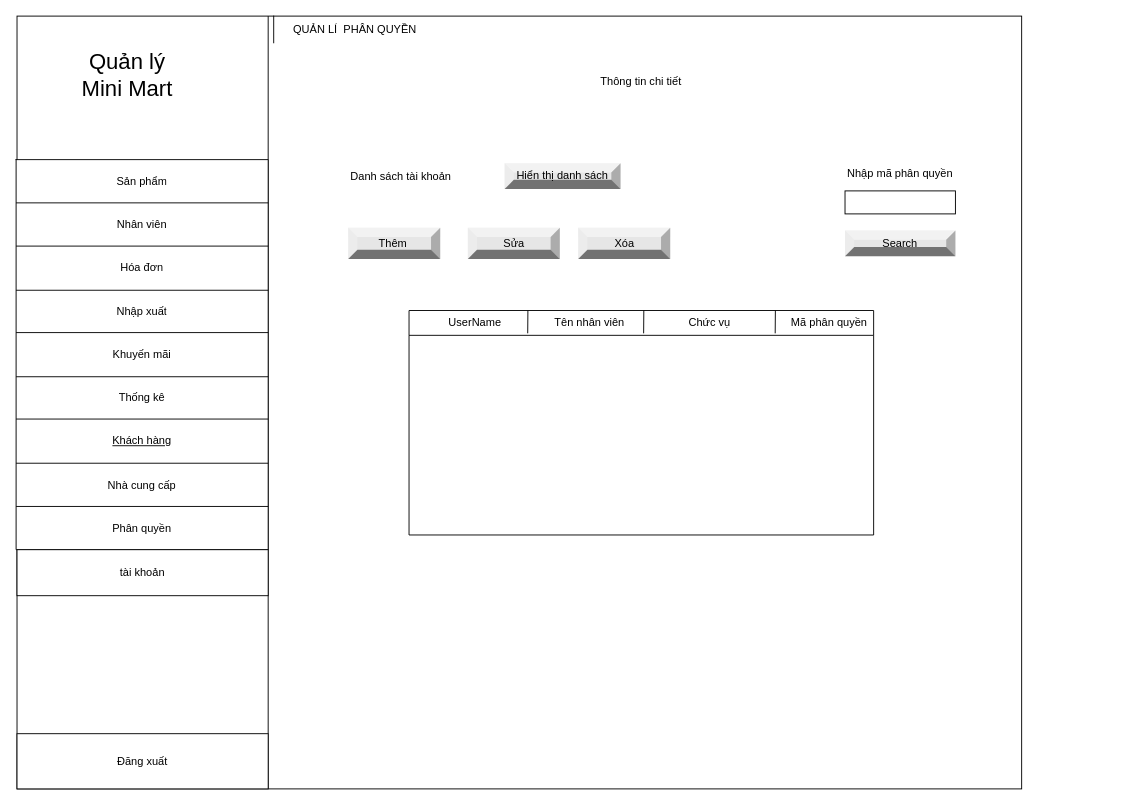
The draw.io diagram Login_TaiKhoan_QuanLiPhanQuyen/QuanLiPhanQuyen/mockup/Untitled Diagram.drawio in VoHoangDai/CNPM, before the edit. Source tidied: cells renumbered, new cells numbered last; positions are measured from the earlier drawing's top-left corner, leaving out a move shared by most shapes. Both pictures are drawn from the tidied source at 92%, with x=0, y=0 at pixel (16, 16).
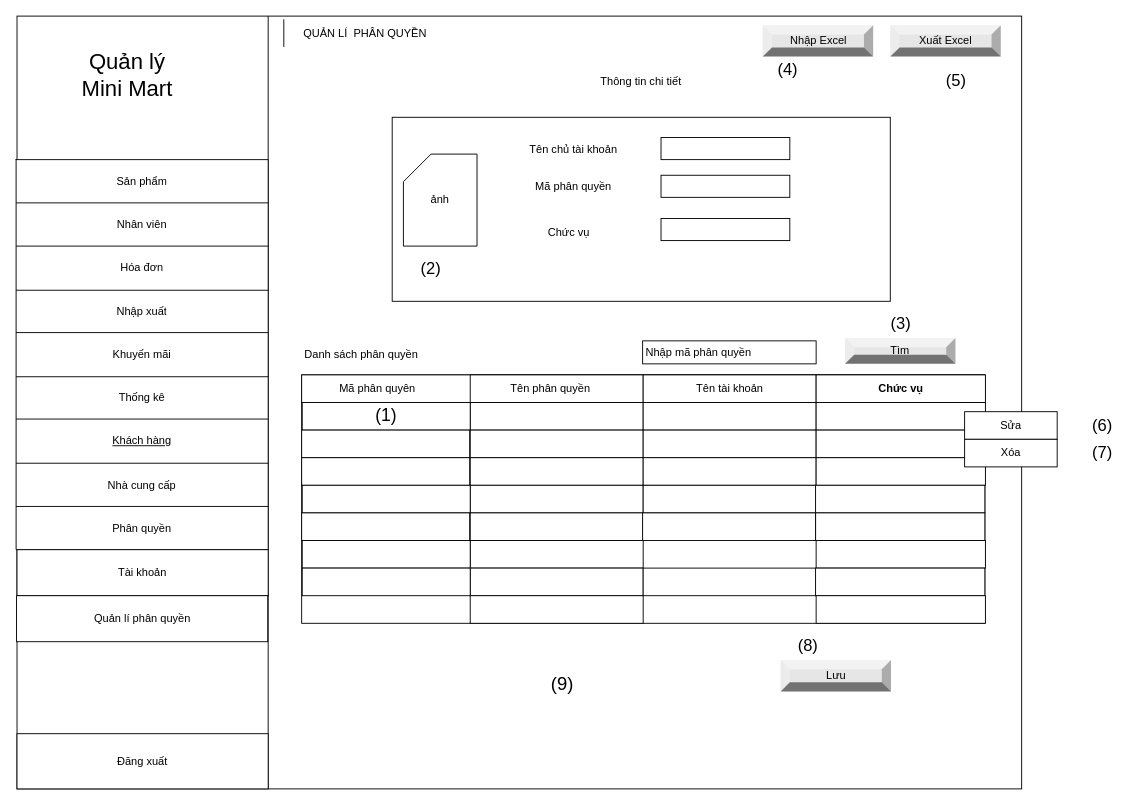
The same page after the edit.

The edit, as a diff of the source:
```diff
@@
     <mxCell id="5" value="QUẢN LÍ&amp;nbsp; PHÂN QUYỀN" style="shape=partialRectangle;whiteSpace=wrap;html=1;right=0;top=0;bottom=0;fillColor=none;routingCenterX=-0.5;fontSize=12;" parent="1" vertex="1">
-      <mxGeometry x="280" width="177" height="29" as="geometry" />
+      <mxGeometry x="291" y="4" width="177" height="29" as="geometry" />
     </mxCell>
-    <mxCell id="6" value="Danh sách tài khoản" style="text;html=1;strokeColor=none;fillColor=none;align=center;verticalAlign=middle;whiteSpace=wrap;rounded=0;shadow=0;glass=0;sketch=0;fontSize=12;" parent="1" vertex="1">
-      <mxGeometry x="346" y="160" width="145" height="30" as="geometry" />
+    <mxCell id="6" value="Danh sách phân quyền" style="text;html=1;strokeColor=none;fillColor=none;align=center;verticalAlign=middle;whiteSpace=wrap;rounded=0;shadow=0;glass=0;sketch=0;fontSize=12;" parent="1" vertex="1">
+      <mxGeometry x="303" y="353" width="145" height="30" as="geometry" />
     </mxCell>
-    <mxCell id="7" value="Hiển thị danh sách" style="labelPosition=center;verticalLabelPosition=middle;align=center;html=1;shape=mxgraph.basic.shaded_button;dx=10;fillColor=#E6E6E6;strokeColor=none;whiteSpace=wrap;rounded=0;shadow=0;glass=0;sketch=0;fontSize=12;" parent="1" vertex="1">
-      <mxGeometry x="531" y="160" width="126" height="28" as="geometry" />
-    </mxCell>
     <mxCell id="8" style="rounded=0;whiteSpace=wrap;html=1;shadow=0;glass=0;sketch=0;fontSize=12;gradientColor=none;gradientDirection=north;" parent="1" vertex="1">
-      <mxGeometry x="901" y="190" width="120" height="25" as="geometry" />
+      <mxGeometry x="681" y="353" width="188.6" height="25" as="geometry" />
     </mxCell>
@@
-    <mxCell id="10" value="Search" style="labelPosition=center;verticalLabelPosition=middle;align=center;html=1;shape=mxgraph.basic.shaded_button;dx=10;fillColor=#E6E6E6;strokeColor=none;whiteSpace=wrap;rounded=0;shadow=0;glass=0;sketch=0;fontSize=12;" parent="1" vertex="1">
-      <mxGeometry x="901" y="233" width="120" height="28" as="geometry" />
+    <mxCell id="10" value="Tìm" style="labelPosition=center;verticalLabelPosition=middle;align=center;html=1;shape=mxgraph.basic.shaded_button;dx=10;fillColor=#E6E6E6;strokeColor=none;whiteSpace=wrap;rounded=0;shadow=0;glass=0;sketch=0;fontSize=12;" parent="1" vertex="1">
+      <mxGeometry x="901" y="350" width="120" height="28" as="geometry" />
     </mxCell>
@@
-    <mxCell id="31" value="tài khoản" style="rounded=0;whiteSpace=wrap;html=1;shadow=0;glass=0;sketch=0;fontSize=12;gradientColor=none;gradientDirection=north;" parent="1" vertex="1">
+    <mxCell id="31" value="Tài khoản" style="rounded=0;whiteSpace=wrap;html=1;shadow=0;glass=0;sketch=0;fontSize=12;gradientColor=none;gradientDirection=north;" parent="1" vertex="1">
       <mxGeometry x="1" y="580" width="273" height="50" as="geometry" />
     </mxCell>
+    <mxCell id="33" value="Nhập mã phân quyền" style="text;html=1;strokeColor=none;fillColor=none;align=center;verticalAlign=middle;whiteSpace=wrap;rounded=0;" parent="1" vertex="1">
+      <mxGeometry x="681.6" y="350.5" width="120" height="30" as="geometry" />
+    </mxCell>
+    <mxCell id="44" value="Quản lí phân quyền" style="rounded=0;whiteSpace=wrap;html=1;shadow=0;glass=0;sketch=0;fontSize=12;gradientColor=none;gradientDirection=north;" parent="1" vertex="1">
+      <mxGeometry x="0.5" y="630" width="273" height="50" as="geometry" />
+    </mxCell>
+    <mxCell id="45" style="rounded=0;whiteSpace=wrap;html=1;" parent="1" vertex="1">
+      <mxGeometry x="310.4" y="390" width="742.6" height="270" as="geometry" />
+    </mxCell>
+    <mxCell id="46" style="rounded=0;whiteSpace=wrap;html=1;" parent="1" vertex="1">
+      <mxGeometry x="310.4" y="390" width="742.6" height="30" as="geometry" />
+    </mxCell>
+    <mxCell id="47" style="rounded=0;whiteSpace=wrap;html=1;" parent="1" vertex="1">
+      <mxGeometry x="493.6" y="390" width="188" height="30" as="geometry" />
+    </mxCell>
+    <mxCell id="48" value="Tên tài khoản" style="rounded=0;whiteSpace=wrap;html=1;" parent="1" vertex="1">
+      <mxGeometry x="681.6" y="390" width="188" height="30" as="geometry" />
+    </mxCell>
+    <mxCell id="49" value="Chức vụ" style="rounded=0;whiteSpace=wrap;html=1;fontStyle=1;" parent="1" vertex="1">
+      <mxGeometry x="869.6" y="390" width="184" height="30" as="geometry" />
+    </mxCell>
+    <mxCell id="50" value="Mã phân quyên" style="text;html=1;strokeColor=none;fillColor=none;align=center;verticalAlign=middle;whiteSpace=wrap;rounded=0;" parent="1" vertex="1">
+      <mxGeometry x="338" y="390" width="110" height="30" as="geometry" />
+    </mxCell>
+    <mxCell id="51" value="Tên phân quyền" style="text;html=1;strokeColor=none;fillColor=none;align=center;verticalAlign=middle;whiteSpace=wrap;rounded=0;" parent="1" vertex="1">
+      <mxGeometry x="521" y="390" width="120" height="30" as="geometry" />
+    </mxCell>
+    <mxCell id="52" style="rounded=0;whiteSpace=wrap;html=1;" parent="1" vertex="1">
+      <mxGeometry x="493.6" y="420" width="188" height="30" as="geometry" />
+    </mxCell>
+    <mxCell id="53" style="rounded=0;whiteSpace=wrap;html=1;" parent="1" vertex="1">
+      <mxGeometry x="493.6" y="450" width="188" height="30" as="geometry" />
+    </mxCell>
+    <mxCell id="54" style="rounded=0;whiteSpace=wrap;html=1;" parent="1" vertex="1">
+      <mxGeometry x="493.6" y="480" width="188" height="30" as="geometry" />
+    </mxCell>
+    <mxCell id="55" style="rounded=0;whiteSpace=wrap;html=1;" parent="1" vertex="1">
+      <mxGeometry x="493.6" y="510" width="188" height="30" as="geometry" />
+    </mxCell>
+    <mxCell id="56" style="rounded=0;whiteSpace=wrap;html=1;" parent="1" vertex="1">
+      <mxGeometry x="493.6" y="540" width="188" height="30" as="geometry" />
+    </mxCell>
+    <mxCell id="57" style="rounded=0;whiteSpace=wrap;html=1;" parent="1" vertex="1">
+      <mxGeometry x="493.6" y="570" width="188" height="30" as="geometry" />
+    </mxCell>
+    <mxCell id="58" style="rounded=0;whiteSpace=wrap;html=1;" parent="1" vertex="1">
+      <mxGeometry x="493.6" y="600" width="188" height="30" as="geometry" />
+    </mxCell>
+    <mxCell id="59" style="rounded=0;whiteSpace=wrap;html=1;" parent="1" vertex="1">
+      <mxGeometry x="493.6" y="630" width="188" height="30" as="geometry" />
+    </mxCell>
+    <mxCell id="60" style="rounded=0;whiteSpace=wrap;html=1;" parent="1" vertex="1">
+      <mxGeometry x="681.6" y="420" width="188" height="30" as="geometry" />
+    </mxCell>
+    <mxCell id="61" style="rounded=0;whiteSpace=wrap;html=1;" parent="1" vertex="1">
+      <mxGeometry x="681.6" y="450" width="188" height="30" as="geometry" />
+    </mxCell>
+    <mxCell id="62" style="rounded=0;whiteSpace=wrap;html=1;" parent="1" vertex="1">
+      <mxGeometry x="681.6" y="480" width="188" height="30" as="geometry" />
+    </mxCell>
+    <mxCell id="63" style="rounded=0;whiteSpace=wrap;html=1;" parent="1" vertex="1">
+      <mxGeometry x="681.6" y="510" width="188" height="30" as="geometry" />
+    </mxCell>
+    <mxCell id="64" style="rounded=0;whiteSpace=wrap;html=1;" parent="1" vertex="1">
+      <mxGeometry x="681.6" y="600" width="188" height="30" as="geometry" />
+    </mxCell>
+    <mxCell id="65" style="rounded=0;whiteSpace=wrap;html=1;fontStyle=1;" parent="1" vertex="1">
+      <mxGeometry x="869.6" y="420" width="184" height="30" as="geometry" />
+    </mxCell>
+    <mxCell id="66" style="rounded=0;whiteSpace=wrap;html=1;fontStyle=1;" parent="1" vertex="1">
+      <mxGeometry x="869.6" y="450" width="184" height="30" as="geometry" />
+    </mxCell>
+    <mxCell id="67" style="rounded=0;whiteSpace=wrap;html=1;fontStyle=1;" parent="1" vertex="1">
+      <mxGeometry x="869.6" y="480" width="184" height="30" as="geometry" />
+    </mxCell>
+    <mxCell id="68" style="rounded=0;whiteSpace=wrap;html=1;fontStyle=1;" parent="1" vertex="1">
+      <mxGeometry x="869" y="510" width="184" height="30" as="geometry" />
+    </mxCell>
+    <mxCell id="69" style="rounded=0;whiteSpace=wrap;html=1;fontStyle=1;" parent="1" vertex="1">
+      <mxGeometry x="869" y="540" width="184" height="30" as="geometry" />
+    </mxCell>
+    <mxCell id="70" style="rounded=0;whiteSpace=wrap;html=1;fontStyle=1;" parent="1" vertex="1">
+      <mxGeometry x="869.6" y="570" width="184" height="30" as="geometry" />
+    </mxCell>
+    <mxCell id="71" style="rounded=0;whiteSpace=wrap;html=1;fontStyle=1;" parent="1" vertex="1">
+      <mxGeometry x="869" y="600" width="184" height="30" as="geometry" />
+    </mxCell>
+    <mxCell id="72" style="rounded=0;whiteSpace=wrap;html=1;fontStyle=1;" parent="1" vertex="1">
+      <mxGeometry x="869.6" y="630" width="184" height="30" as="geometry" />
+    </mxCell>
+    <mxCell id="73" value="&lt;font style=&quot;font-size: 19px;&quot;&gt;(1)&lt;/font&gt;" style="rounded=0;whiteSpace=wrap;html=1;" parent="1" vertex="1">
+      <mxGeometry x="311" y="420" width="182.6" height="30" as="geometry" />
+    </mxCell>
+    <mxCell id="74" style="rounded=0;whiteSpace=wrap;html=1;" parent="1" vertex="1">
+      <mxGeometry x="310.4" y="450" width="182.6" height="30" as="geometry" />
+    </mxCell>
+    <mxCell id="75" style="rounded=0;whiteSpace=wrap;html=1;" parent="1" vertex="1">
+      <mxGeometry x="310.4" y="480" width="182.6" height="30" as="geometry" />
+    </mxCell>
+    <mxCell id="76" style="rounded=0;whiteSpace=wrap;html=1;" parent="1" vertex="1">
+      <mxGeometry x="311" y="510" width="182.6" height="30" as="geometry" />
+    </mxCell>
+    <mxCell id="77" style="rounded=0;whiteSpace=wrap;html=1;" parent="1" vertex="1">
+      <mxGeometry x="310.4" y="540" width="182.6" height="30" as="geometry" />
+    </mxCell>
+    <mxCell id="78" style="rounded=0;whiteSpace=wrap;html=1;" parent="1" vertex="1">
+      <mxGeometry x="311" y="570" width="182.6" height="30" as="geometry" />
+    </mxCell>
+    <mxCell id="79" style="rounded=0;whiteSpace=wrap;html=1;" parent="1" vertex="1">
+      <mxGeometry x="311" y="600" width="182.6" height="30" as="geometry" />
+    </mxCell>
+    <mxCell id="80" style="rounded=0;whiteSpace=wrap;html=1;" parent="1" vertex="1">
+      <mxGeometry x="681" y="540" width="188" height="30" as="geometry" />
+    </mxCell>
+    <mxCell id="81" style="rounded=0;whiteSpace=wrap;html=1;" parent="1" vertex="1">
+      <mxGeometry x="408.8" y="110" width="541.4" height="200" as="geometry" />
+    </mxCell>
+    <mxCell id="82" value="Lưu" style="labelPosition=center;verticalLabelPosition=middle;align=center;html=1;shape=mxgraph.basic.shaded_button;dx=10;fillColor=#E6E6E6;strokeColor=none;" parent="1" vertex="1">
+      <mxGeometry x="831" y="700" width="120" height="34" as="geometry" />
+    </mxCell>
+    <mxCell id="83" value="ảnh" style="shape=card;whiteSpace=wrap;html=1;" parent="1" vertex="1">
+      <mxGeometry x="421" y="150" width="80" height="100" as="geometry" />
+    </mxCell>
+    <mxCell id="84" style="rounded=0;whiteSpace=wrap;html=1;" parent="1" vertex="1">
+      <mxGeometry x="701" y="132" width="140" height="24" as="geometry" />
+    </mxCell>
+    <mxCell id="85" value="Tên chủ tài khoản" style="text;html=1;strokeColor=none;fillColor=none;align=center;verticalAlign=middle;whiteSpace=wrap;rounded=0;" parent="1" vertex="1">
+      <mxGeometry x="551" y="130" width="110" height="30" as="geometry" />
+    </mxCell>
+    <mxCell id="41" value="Mã phân quyền" style="text;html=1;strokeColor=none;fillColor=none;align=center;verticalAlign=middle;whiteSpace=wrap;rounded=0;" parent="1" vertex="1">
+      <mxGeometry x="556" y="170" width="100" height="30" as="geometry" />
+    </mxCell>
+    <mxCell id="86" value="Chức vụ" style="text;html=1;strokeColor=none;fillColor=none;align=center;verticalAlign=middle;whiteSpace=wrap;rounded=0;" parent="1" vertex="1">
+      <mxGeometry x="551" y="220" width="100" height="30" as="geometry" />
+    </mxCell>
+    <mxCell id="87" style="rounded=0;whiteSpace=wrap;html=1;" parent="1" vertex="1">
+      <mxGeometry x="701" y="173" width="140" height="24" as="geometry" />
+    </mxCell>
+    <mxCell id="88" style="rounded=0;whiteSpace=wrap;html=1;" parent="1" vertex="1">
+      <mxGeometry x="701" y="220" width="140" height="24" as="geometry" />
+    </mxCell>
+    <mxCell id="89" value="&lt;font style=&quot;font-size: 18px;&quot;&gt;(2)&lt;/font&gt;" style="text;html=1;strokeColor=none;fillColor=none;align=center;verticalAlign=middle;whiteSpace=wrap;rounded=0;" parent="1" vertex="1">
+      <mxGeometry x="421" y="260" width="60" height="30" as="geometry" />
+    </mxCell>
+    <mxCell id="90" value="(3)" style="text;html=1;strokeColor=none;fillColor=none;align=center;verticalAlign=middle;whiteSpace=wrap;rounded=0;fontSize=18;" parent="1" vertex="1">
+      <mxGeometry x="931.6" y="320" width="60" height="30" as="geometry" />
+    </mxCell>
+    <mxCell id="91" value="(4)" style="text;html=1;strokeColor=none;fillColor=none;align=center;verticalAlign=middle;whiteSpace=wrap;rounded=0;fontSize=18;" parent="1" vertex="1">
+      <mxGeometry x="809" y="44" width="60" height="30" as="geometry" />
+    </mxCell>
+    <mxCell id="92" value="(5)" style="text;html=1;strokeColor=none;fillColor=none;align=center;verticalAlign=middle;whiteSpace=wrap;rounded=0;fontSize=18;" parent="1" vertex="1">
+      <mxGeometry x="991.6" y="56" width="60" height="30" as="geometry" />
+    </mxCell>
+    <mxCell id="93" value="(6)" style="text;html=1;strokeColor=none;fillColor=none;align=center;verticalAlign=middle;whiteSpace=wrap;rounded=0;fontSize=18;" parent="1" vertex="1">
+      <mxGeometry x="1151" y="430" width="60" height="30" as="geometry" />
+    </mxCell>
+    <mxCell id="94" value="(7)" style="text;html=1;strokeColor=none;fillColor=none;align=center;verticalAlign=middle;whiteSpace=wrap;rounded=0;fontSize=18;" parent="1" vertex="1">
+      <mxGeometry x="1151" y="460" width="60" height="30" as="geometry" />
+    </mxCell>
+    <mxCell id="95" value="Nhập Excel" style="labelPosition=center;verticalLabelPosition=middle;align=center;html=1;shape=mxgraph.basic.shaded_button;dx=10;fillColor=#E6E6E6;strokeColor=none;" parent="1" vertex="1">
+      <mxGeometry x="811.6" y="10" width="120" height="34" as="geometry" />
+    </mxCell>
+    <mxCell id="96" value="Xuất Excel" style="labelPosition=center;verticalLabelPosition=middle;align=center;html=1;shape=mxgraph.basic.shaded_button;dx=10;fillColor=#E6E6E6;strokeColor=none;" parent="1" vertex="1">
+      <mxGeometry x="950.3" y="10" width="120" height="34" as="geometry" />
+    </mxCell>
+    <mxCell id="97" value="(8)" style="text;html=1;strokeColor=none;fillColor=none;align=center;verticalAlign=middle;whiteSpace=wrap;rounded=0;fontSize=18;" parent="1" vertex="1">
+      <mxGeometry x="831" y="670" width="60" height="30" as="geometry" />
+    </mxCell>
-    <mxCell id="32" value="Sửa" style="labelPosition=center;verticalLabelPosition=middle;align=center;html=1;shape=mxgraph.basic.shaded_button;dx=10;fillColor=#E6E6E6;strokeColor=none;" parent="1" vertex="1">
-      <mxGeometry x="491" y="230" width="100" height="34" as="geometry" />
+    <mxCell id="32" value="Sửa" style="rounded=0;whiteSpace=wrap;html=1;" parent="1" vertex="1">
+      <mxGeometry x="1031" y="430" width="100.6" height="30" as="geometry" />
     </mxCell>
-    <mxCell id="33" value="Nhập mã phân quyền" style="text;html=1;strokeColor=none;fillColor=none;align=center;verticalAlign=middle;whiteSpace=wrap;rounded=0;" parent="1" vertex="1">
-      <mxGeometry x="901" y="156" width="120" height="30" as="geometry" />
-    </mxCell>
-    <mxCell id="34" style="swimlane;whiteSpace=wrap;html=1;rounded=0;shadow=0;glass=0;sketch=0;fontSize=12;gradientColor=none;gradientDirection=north;startSize=27;" parent="1" vertex="1">
-      <mxGeometry x="427.1" y="320" width="505" height="244" as="geometry" />
-    </mxCell>
-    <mxCell id="35" style="endArrow=none;html=1;rounded=0;fontSize=12;exitX=0.143;exitY=0.006;exitDx=0;exitDy=0;exitPerimeter=0;" parent="34" edge="1">
-      <mxGeometry relative="1" as="geometry">
-        <mxPoint x="255.2" as="sourcePoint" />
-        <mxPoint x="255" y="24.8" as="targetPoint" />
-      </mxGeometry>
-    </mxCell>
-    <mxCell id="36" style="endArrow=none;html=1;rounded=0;fontSize=12;exitX=0.143;exitY=0.006;exitDx=0;exitDy=0;exitPerimeter=0;" parent="34" edge="1">
-      <mxGeometry relative="1" as="geometry">
-        <mxPoint x="398.2" as="sourcePoint" />
-        <mxPoint x="398" y="24.8" as="targetPoint" />
-      </mxGeometry>
-    </mxCell>
-    <mxCell id="37" style="endArrow=none;html=1;rounded=0;fontSize=12;exitX=0.143;exitY=0.006;exitDx=0;exitDy=0;exitPerimeter=0;" parent="34" edge="1">
-      <mxGeometry relative="1" as="geometry">
-        <mxPoint x="129.2" as="sourcePoint" />
-        <mxPoint x="129" y="24.8" as="targetPoint" />
-      </mxGeometry>
-    </mxCell>
-    <mxCell id="38" value="UserName" style="text;html=1;strokeColor=none;fillColor=none;align=center;verticalAlign=middle;whiteSpace=wrap;rounded=0;fontSize=12;" parent="34" vertex="1">
-      <mxGeometry x="26" y="-2" width="92" height="30" as="geometry" />
-    </mxCell>
-    <mxCell id="39" value="Tên nhân viên" style="text;html=1;strokeColor=none;fillColor=none;align=center;verticalAlign=middle;whiteSpace=wrap;rounded=0;shadow=0;glass=0;sketch=0;fontSize=12;" parent="34" vertex="1">
-      <mxGeometry x="138" y="-2" width="117" height="30" as="geometry" />
-    </mxCell>
-    <mxCell id="40" value="Chức vụ" style="text;html=1;strokeColor=none;fillColor=none;align=center;verticalAlign=middle;whiteSpace=wrap;rounded=0;shadow=0;glass=0;sketch=0;fontSize=12;" parent="34" vertex="1">
-      <mxGeometry x="254" y="-2" width="146" height="30" as="geometry" />
-    </mxCell>
-    <mxCell id="41" value="Mã phân quyền" style="text;html=1;strokeColor=none;fillColor=none;align=center;verticalAlign=middle;whiteSpace=wrap;rounded=0;shadow=0;glass=0;sketch=0;fontSize=12;" parent="34" vertex="1">
-      <mxGeometry x="400" y="-2" width="114" height="30" as="geometry" />
-    </mxCell>
-    <mxCell id="42" value="Thêm&amp;nbsp;" style="labelPosition=center;verticalLabelPosition=middle;align=center;html=1;shape=mxgraph.basic.shaded_button;dx=10;fillColor=#E6E6E6;strokeColor=none;" parent="1" vertex="1">
-      <mxGeometry x="361" y="230" width="100" height="34" as="geometry" />
-    </mxCell>
-    <mxCell id="43" value="Xóa" style="labelPosition=center;verticalLabelPosition=middle;align=center;html=1;shape=mxgraph.basic.shaded_button;dx=10;fillColor=#E6E6E6;strokeColor=none;" parent="1" vertex="1">
-      <mxGeometry x="611" y="230" width="100" height="34" as="geometry" />
+    <mxCell id="43" value="Xóa" style="rounded=0;whiteSpace=wrap;html=1;" parent="1" vertex="1">
+      <mxGeometry x="1031" y="460" width="100.6" height="30" as="geometry" />
     </mxCell>
+    <mxCell id="98" value="&lt;font style=&quot;font-size: 20px;&quot;&gt;(&lt;font style=&quot;font-size: 20px;&quot;&gt;9&lt;/font&gt;)&lt;/font&gt;" style="text;html=1;strokeColor=none;fillColor=none;align=center;verticalAlign=middle;whiteSpace=wrap;rounded=0;" parent="1" vertex="1">
+      <mxGeometry x="564.1" y="710" width="60" height="30" as="geometry" />
+    </mxCell>
```
